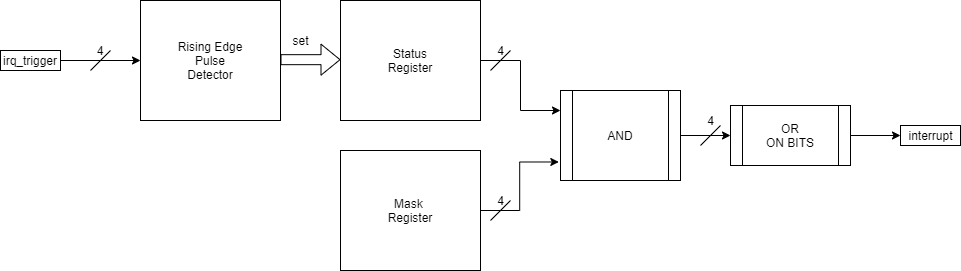
This is docs/diagrams and schemas/getting an interrupt.png from ciomagandreidaniel/Interrupt_Controller_Verilog, a draw.io export, as it was before one commit. Source tidied: cells renumbered, new cells last; positions are measured from the earlier drawing's top-left corner, leaving out a move shared by most shapes.
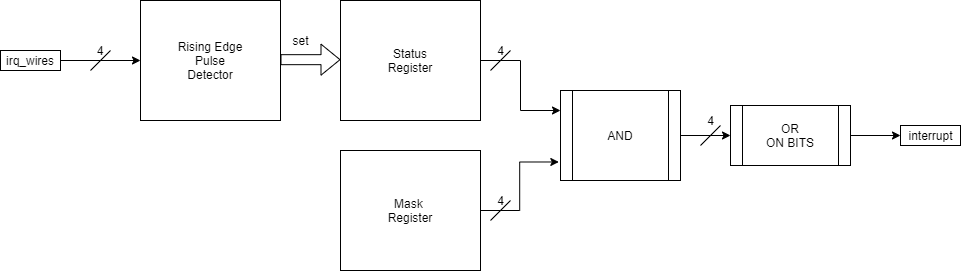
After the change.

Change to the diagram source:
```diff
@@ -20,7 +20,7 @@
     <mxCell id="5" value="4" style="text;html=1;strokeColor=none;fillColor=none;align=center;verticalAlign=middle;whiteSpace=wrap;rounded=0;" parent="1" vertex="1">
       <mxGeometry x="80" y="40" width="40" height="20" as="geometry" />
     </mxCell>
-    <mxCell id="6" value="irq_trigger" style="text;html=1;align=center;verticalAlign=middle;whiteSpace=wrap;rounded=0;strokeColor=#000000;" parent="1" vertex="1">
+    <mxCell id="6" value="irq_wires" style="text;html=1;align=center;verticalAlign=middle;whiteSpace=wrap;rounded=0;strokeColor=#000000;" parent="1" vertex="1">
       <mxGeometry y="50" width="60" height="20" as="geometry" />
     </mxCell>
     <mxCell id="7" style="shape=flexArrow;endArrow=classic;html=1;" parent="1" edge="1">
```
